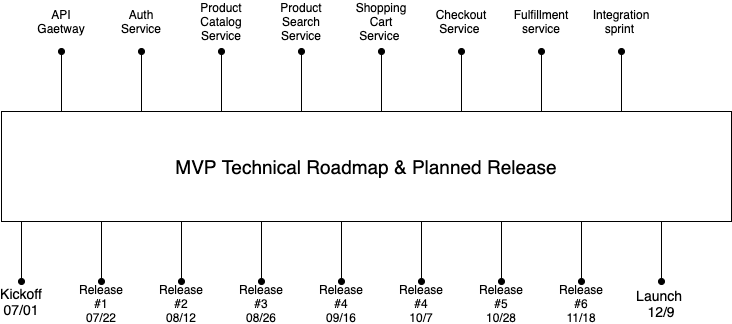
Before: Roadmap.png, a diagram exported from draw.io (abhijit-gaonkar/ambitious). Source tidied: cells renumbered, new cells last; positions are measured from the earlier drawing's top-left corner, leaving out a move shared by most shapes.
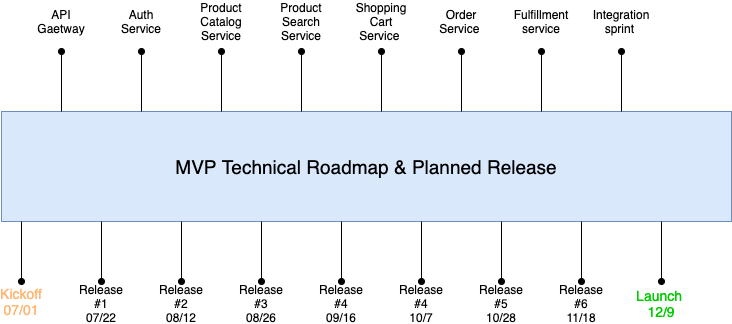
The same diagram one commit later.

Diff of the diagram source:
```diff
@@ -2,7 +2,7 @@
   <root>
     <mxCell id="0" />
     <mxCell id="1" parent="0" />
-    <mxCell id="2" value="&lt;font style=&quot;font-size: 19px&quot;&gt;MVP Technical Roadmap &amp;amp; Planned Release&lt;/font&gt;" style="rounded=0;whiteSpace=wrap;html=1;" parent="1" vertex="1">
+    <mxCell id="2" value="&lt;font style=&quot;font-size: 19px&quot;&gt;MVP Technical Roadmap &amp;amp; Planned Release&lt;/font&gt;" style="rounded=0;whiteSpace=wrap;html=1;fillColor=#dae8fc;strokeColor=#6c8ebf;" parent="1" vertex="1">
       <mxGeometry y="100" width="730" height="110" as="geometry" />
     </mxCell>
     <mxCell id="3" style="endArrow=none;html=1;startArrow=oval;startFill=1;" parent="1" edge="1">
@@ -86,7 +86,7 @@
     <mxCell id="18" value="Shopping&lt;br&gt;Cart&lt;br&gt;Service&amp;nbsp;" style="text;html=1;strokeColor=none;fillColor=none;align=center;verticalAlign=middle;whiteSpace=wrap;rounded=0;" parent="1" vertex="1">
       <mxGeometry x="360" width="40" height="20" as="geometry" />
     </mxCell>
-    <mxCell id="19" value="Checkout&lt;br&gt;Service&amp;nbsp;" style="text;html=1;strokeColor=none;fillColor=none;align=center;verticalAlign=middle;whiteSpace=wrap;rounded=0;" parent="1" vertex="1">
+    <mxCell id="19" value="Order&lt;br&gt;Service&amp;nbsp;" style="text;html=1;strokeColor=none;fillColor=none;align=center;verticalAlign=middle;whiteSpace=wrap;rounded=0;" parent="1" vertex="1">
       <mxGeometry x="440" width="40" height="20" as="geometry" />
     </mxCell>
     <mxCell id="20" value="Fulfillment&lt;br&gt;service" style="text;html=1;strokeColor=none;fillColor=none;align=center;verticalAlign=middle;whiteSpace=wrap;rounded=0;" parent="1" vertex="1">
@@ -131,7 +131,7 @@
         <mxPoint x="20" y="210" as="targetPoint" />
       </mxGeometry>
     </mxCell>
-    <mxCell id="28" value="&lt;font style=&quot;font-size: 14px&quot;&gt;Kickoff&lt;br&gt;07/01&lt;/font&gt;" style="text;html=1;strokeColor=none;fillColor=none;align=center;verticalAlign=middle;whiteSpace=wrap;rounded=0;" parent="1" vertex="1">
+    <mxCell id="28" value="&lt;font style=&quot;font-size: 14px&quot;&gt;Kickoff&lt;br&gt;07/01&lt;/font&gt;" style="text;html=1;strokeColor=none;fillColor=none;align=center;verticalAlign=middle;whiteSpace=wrap;rounded=0;fontColor=#FFB570;" parent="1" vertex="1">
       <mxGeometry y="280" width="40" height="20" as="geometry" />
     </mxCell>
     <mxCell id="29" value="Release #1&lt;br&gt;07/22" style="text;html=1;strokeColor=none;fillColor=none;align=center;verticalAlign=middle;whiteSpace=wrap;rounded=0;" parent="1" vertex="1">
@@ -155,7 +155,7 @@
     <mxCell id="35" value="Release #6&lt;br&gt;11/18" style="text;html=1;strokeColor=none;fillColor=none;align=center;verticalAlign=middle;whiteSpace=wrap;rounded=0;" parent="1" vertex="1">
       <mxGeometry x="560" y="282" width="40" height="20" as="geometry" />
     </mxCell>
-    <mxCell id="36" value="&lt;font style=&quot;font-size: 14px&quot;&gt;Launch&amp;nbsp;&lt;br&gt;12/9&lt;/font&gt;" style="text;html=1;strokeColor=none;fillColor=none;align=center;verticalAlign=middle;whiteSpace=wrap;rounded=0;" parent="1" vertex="1">
+    <mxCell id="36" value="&lt;font style=&quot;font-size: 14px&quot;&gt;Launch&amp;nbsp;&lt;br&gt;12/9&lt;/font&gt;" style="text;html=1;strokeColor=none;fillColor=none;align=center;verticalAlign=middle;whiteSpace=wrap;rounded=0;fontColor=#00CC00;" parent="1" vertex="1">
       <mxGeometry x="640" y="282" width="40" height="20" as="geometry" />
     </mxCell>
   </root>
```
